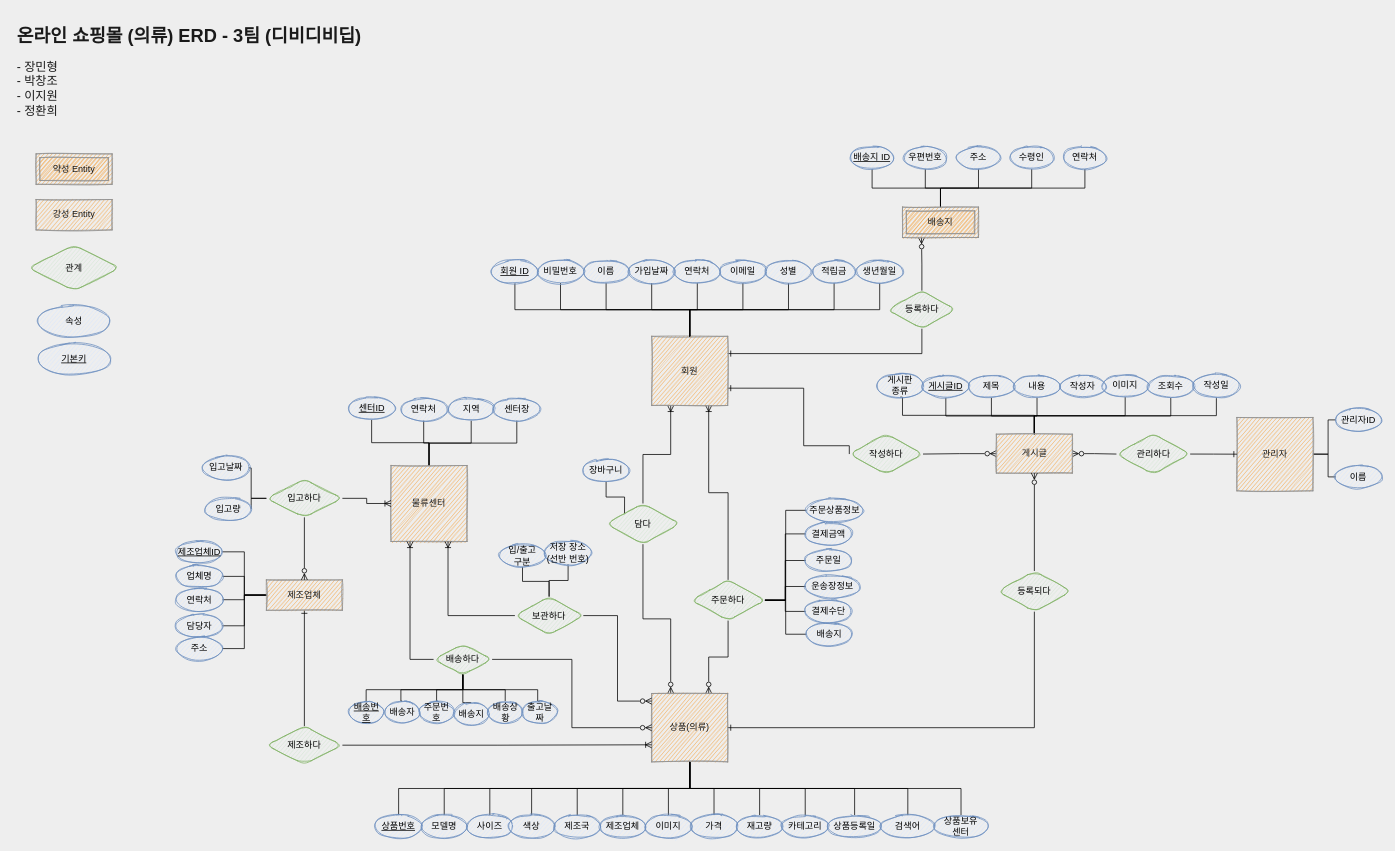
The draw.io diagram page "새로만든ER" (3 of 3) of Untitled Diagram.drawio in pcjo1202/DataBase-design, before the edit. Source tidied: cells renumbered, new cells numbered last; positions are measured from the earlier drawing's top-left corner, leaving out a move shared by most shapes. Both pictures are drawn from the tidied source at 76%, with x=0, y=0 at pixel (13, 21).
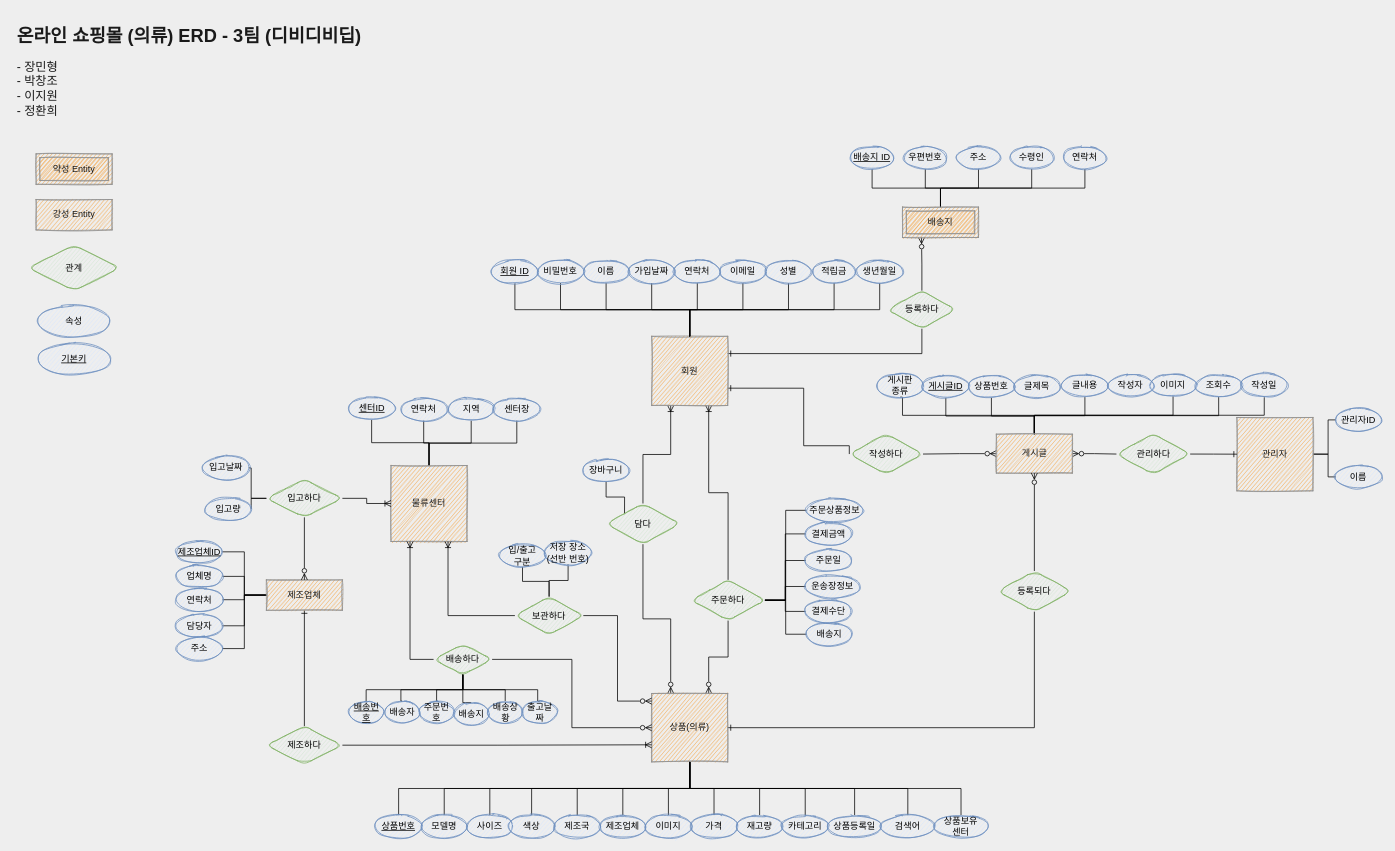
After the change.

Commit message:
게시글 개체에 상품번호 추가

The edit, as a diff of the source:
```diff
@@
-    <mxCell id="148" value="제목" style="ellipse;whiteSpace=wrap;html=1;align=center;rounded=0;sketch=1;strokeColor=#6c8ebf;fillColor=#dae8fc;" parent="1" vertex="1">
+    <mxCell id="148" value="상품번호" style="ellipse;whiteSpace=wrap;html=1;align=center;rounded=0;sketch=1;strokeColor=#6c8ebf;fillColor=#dae8fc;" parent="1" vertex="1">
       <mxGeometry x="1257" y="466" width="60" height="30" as="geometry" />
     </mxCell>
     <mxCell id="149" value="이미지" style="ellipse;whiteSpace=wrap;html=1;align=center;rounded=0;sketch=1;strokeColor=#6c8ebf;fillColor=#dae8fc;" parent="1" vertex="1">
-      <mxGeometry x="1433" y="465" width="60" height="30" as="geometry" />
+      <mxGeometry x="1496" y="464" width="60" height="30" as="geometry" />
     </mxCell>
     <mxCell id="150" value="조회수" style="ellipse;whiteSpace=wrap;html=1;align=center;rounded=0;sketch=1;strokeColor=#6c8ebf;fillColor=#dae8fc;" parent="1" vertex="1">
-      <mxGeometry x="1493" y="466" width="60" height="30" as="geometry" />
+      <mxGeometry x="1556" y="465" width="60" height="30" as="geometry" />
     </mxCell>
-    <mxCell id="151" value="내용" style="ellipse;whiteSpace=wrap;html=1;align=center;rounded=0;sketch=1;strokeColor=#6c8ebf;fillColor=#dae8fc;" parent="1" vertex="1">
-      <mxGeometry x="1317" y="466" width="60" height="30" as="geometry" />
+    <mxCell id="151" value="글내용" style="ellipse;whiteSpace=wrap;html=1;align=center;rounded=0;sketch=1;strokeColor=#6c8ebf;fillColor=#dae8fc;" parent="1" vertex="1">
+      <mxGeometry x="1380" y="465" width="60" height="30" as="geometry" />
     </mxCell>
@@
     <mxCell id="158" value="작성일" style="ellipse;whiteSpace=wrap;html=1;align=center;rounded=0;sketch=1;strokeColor=#6c8ebf;fillColor=#dae8fc;" parent="1" vertex="1">
-      <mxGeometry x="1553" y="465" width="60" height="30" as="geometry" />
+      <mxGeometry x="1616" y="464" width="60" height="30" as="geometry" />
     </mxCell>
@@
     <mxCell id="164" value="작성자" style="ellipse;whiteSpace=wrap;html=1;align=center;rounded=0;sketch=1;strokeColor=#6c8ebf;fillColor=#dae8fc;" parent="1" vertex="1">
-      <mxGeometry x="1377" y="466" width="60" height="30" as="geometry" />
+      <mxGeometry x="1440" y="465" width="60" height="30" as="geometry" />
     </mxCell>
@@
+    <mxCell id="172" value="글제목" style="ellipse;whiteSpace=wrap;html=1;align=center;rounded=0;sketch=1;strokeColor=#6c8ebf;fillColor=#dae8fc;" parent="1" vertex="1">
+      <mxGeometry x="1317" y="466" width="60" height="30" as="geometry" />
+    </mxCell>
```
